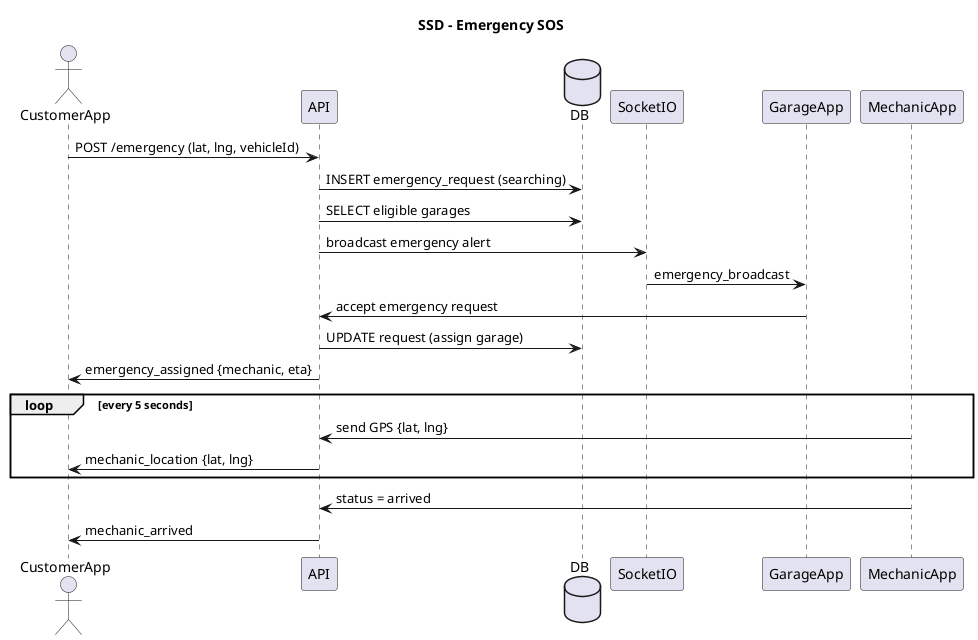
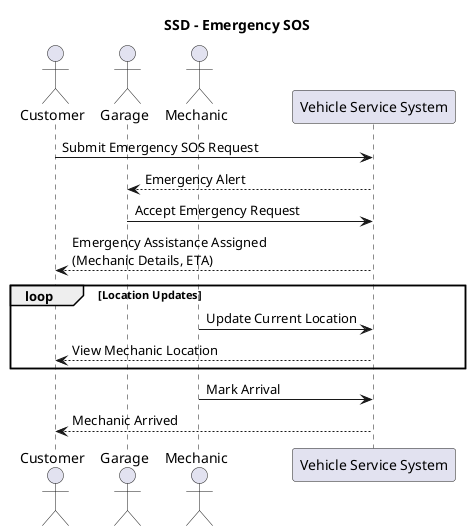
@startuml
title SSD - Emergency SOS

- actor CustomerApp
- participant API
- database DB
- participant SocketIO
- participant GarageApp
- participant MechanicApp
+ actor Customer
+ actor Garage
+ actor Mechanic

- CustomerApp -> API : POST /emergency (lat, lng, vehicleId)
+ participant "Vehicle Service System" as System

- API -> DB : INSERT emergency_request (searching)
- API -> DB : SELECT eligible garages
+ Customer -> System : Submit Emergency SOS Request

- API -> SocketIO : broadcast emergency alert
+ System --> Garage : Emergency Alert

- SocketIO -> GarageApp : emergency_broadcast
+ Garage -> System : Accept Emergency Request

- GarageApp -> API : accept emergency request
+ System --> Customer : Emergency Assistance Assigned\n(Mechanic Details, ETA)

- API -> DB : UPDATE request (assign garage)
- 
- API -> CustomerApp : emergency_assigned {mechanic, eta}
- 
- loop every 5 seconds
-     MechanicApp -> API : send GPS {lat, lng}
-     API -> CustomerApp : mechanic_location {lat, lng}
+ loop Location Updates
+     Mechanic -> System : Update Current Location
+     System --> Customer : View Mechanic Location
end

- MechanicApp -> API : status = arrived
- API -> CustomerApp : mechanic_arrived
+ Mechanic -> System : Mark Arrival

- @enduml+ System --> Customer : Mechanic Arrived
+ 
+ @enduml
